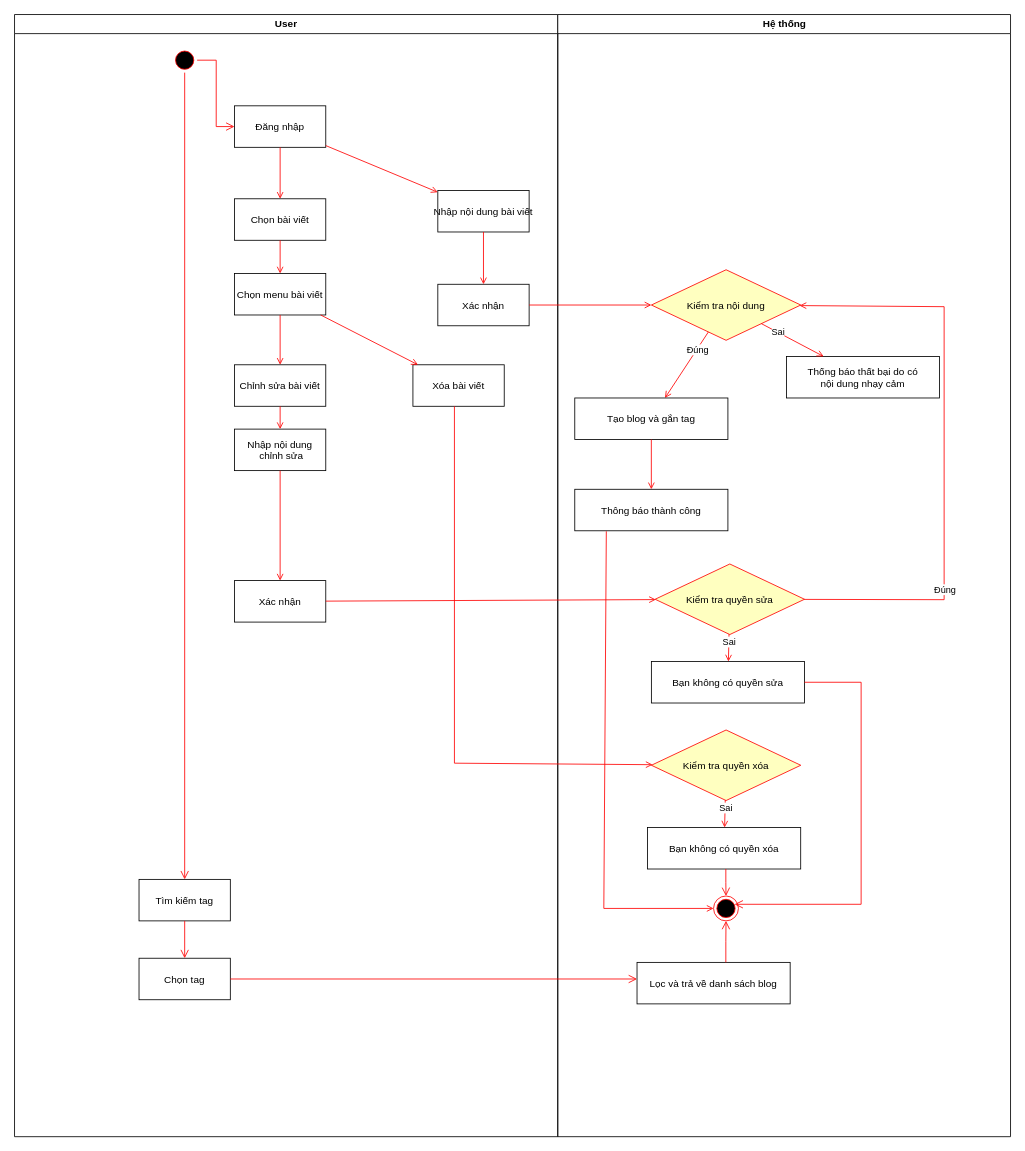
The draw.io diagram BlogProject/BlogProject/QuanLyBlogActivity.drawio in TranThanhHoang123/Blog, before the edit. Source tidied: cells renumbered, new cells numbered last; positions are measured from the earlier drawing's top-left corner, leaving out a move shared by most shapes. Both pictures are drawn from the tidied source at 83%, with x=0, y=0 at pixel (14, 14).
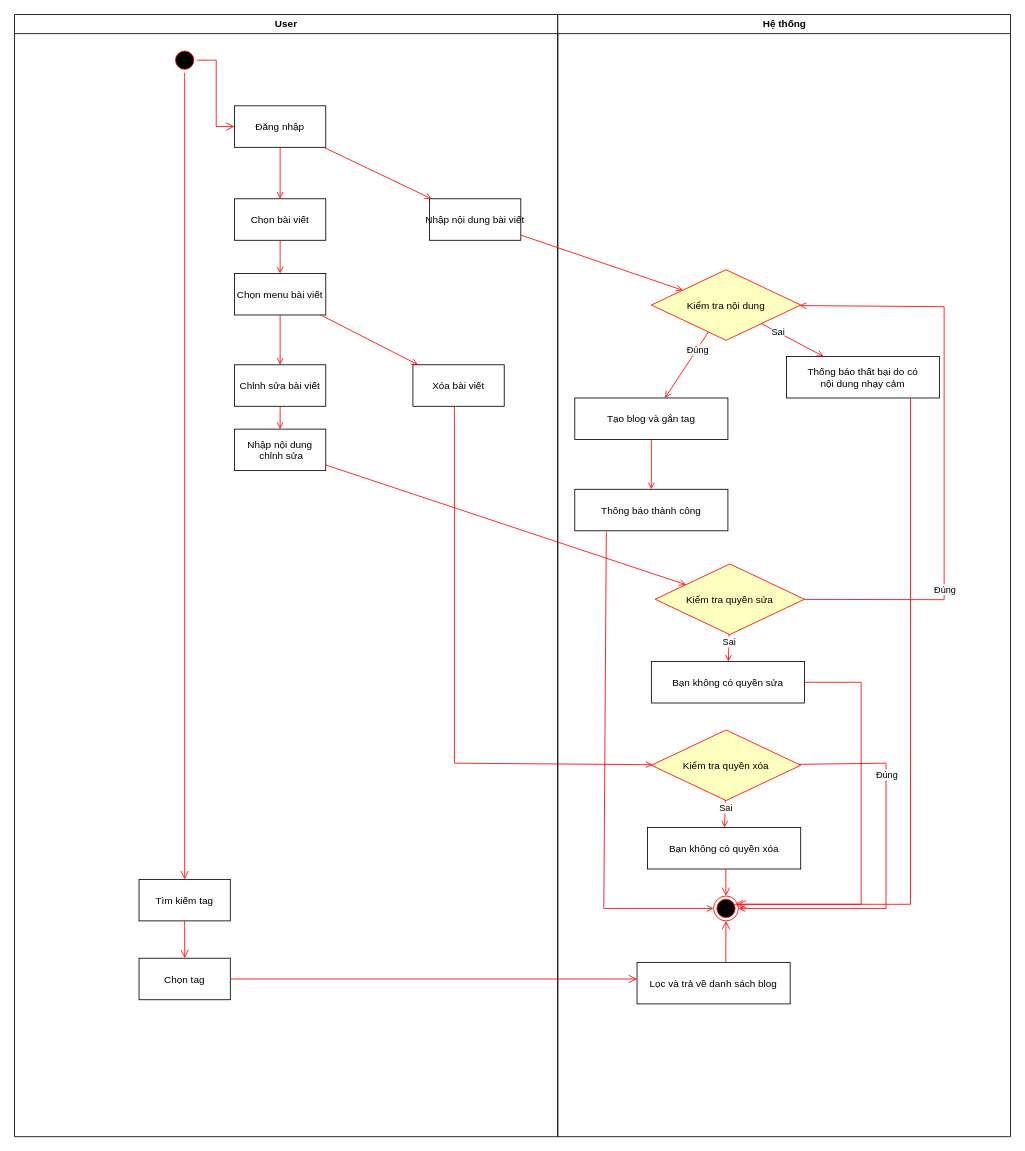
The same page after the edit.

Unchanged cells that the change refers to:
```xml
<mxCell id="2" value="User" style="swimlane;whiteSpace=wrap;" parent="1" vertex="1">
  <mxGeometry width="654.5" height="1352" as="geometry" />
</mxCell>
<mxCell id="22" value="Nhập nội dung&#10; chỉnh sửa" parent="2" vertex="1">
  <mxGeometry x="265" y="499.5" width="110" height="50" as="geometry" />
</mxCell>
<mxCell id="26" value="Hệ thống" style="swimlane;whiteSpace=wrap;" parent="1" vertex="1">
  <mxGeometry x="654.5" width="545.5" height="1352" as="geometry" />
</mxCell>
<mxCell id="27" value="Kiểm tra nội dung" style="rhombus;fillColor=#ffffc0;strokeColor=#ff0000;" parent="26" vertex="1">
  <mxGeometry x="112.8" y="307.5" width="180" height="85" as="geometry" />
</mxCell>
<mxCell id="28" style="ellipse;shape=endState;fillColor=#000000;strokeColor=#ff0000;" parent="26" vertex="1">
  <mxGeometry x="187.7" y="1062" width="30" height="30" as="geometry" />
</mxCell>
<mxCell id="30" value="Kiểm tra quyền sửa" style="rhombus;fillColor=#ffffc0;strokeColor=#ff0000;" parent="26" vertex="1">
  <mxGeometry x="117.3" y="662" width="180" height="85" as="geometry" />
</mxCell>
<mxCell id="35" value="Thống báo thất bại do có &#10;nội dung nhạy cảm" parent="26" vertex="1">
  <mxGeometry x="275.5" y="412" width="184.5" height="50" as="geometry" />
</mxCell>
<mxCell id="42" value="Kiểm tra quyền xóa" style="rhombus;fillColor=#ffffc0;strokeColor=#ff0000;" parent="26" vertex="1">
  <mxGeometry x="112.8" y="862" width="180" height="85" as="geometry" />
</mxCell>
```

What changed in the source:
```diff
@@
     <mxCell id="6" value="Nhập nội dung bài viết" parent="2" vertex="1">
-      <mxGeometry x="510" y="212" width="110" height="50" as="geometry" />
+      <mxGeometry x="500" y="222" width="110" height="50" as="geometry" />
     </mxCell>
@@
-    <mxCell id="8" value="Xác nhận" parent="2" vertex="1">
-      <mxGeometry x="510" y="325" width="110" height="50" as="geometry" />
-    </mxCell>
-    <mxCell id="9" style="endArrow=open;strokeColor=#FF0000;endFill=1;rounded=0;" parent="2" edge="1" source="6" target="8">
-      <mxGeometry relative="1" as="geometry" />
-    </mxCell>
@@
-    <mxCell id="23" value="Xác nhận" parent="2" vertex="1">
-      <mxGeometry x="265" y="682" width="110" height="50" as="geometry" />
-    </mxCell>
@@
-    <mxCell id="25" style="endArrow=open;strokeColor=#FF0000;endFill=1;rounded=0;" parent="2" edge="1" source="22" target="23">
-      <mxGeometry relative="1" as="geometry" />
-    </mxCell>
@@
-    <mxCell id="51" style="endArrow=open;strokeColor=#FF0000;endFill=1;rounded=0;" parent="1" edge="1" source="8" target="27">
-      <mxGeometry relative="1" as="geometry" />
-    </mxCell>
-    <mxCell id="52" style="endArrow=open;strokeColor=#FF0000;endFill=1;rounded=0;" parent="1" edge="1" source="23" target="30">
-      <mxGeometry relative="1" as="geometry" />
-    </mxCell>
+    <mxCell id="56" style="edgeStyle=elbowEdgeStyle;elbow=horizontal;verticalAlign=bottom;endArrow=open;endSize=8;strokeColor=#FF0000;endFill=1;rounded=0;" parent="26" edge="1" source="35" target="28">
+      <mxGeometry x="-924.5" y="-344" as="geometry">
+        <Array as="points">
+          <mxPoint x="425" y="1072" />
+        </Array>
+      </mxGeometry>
+    </mxCell>
+    <mxCell id="57" style="endArrow=open;strokeColor=#FF0000;endFill=1;rounded=0;" parent="26" edge="1" source="42" target="28">
+      <mxGeometry relative="1" as="geometry">
+        <Array as="points">
+          <mxPoint x="395.5" y="902" />
+          <mxPoint x="395.5" y="1077" />
+        </Array>
+      </mxGeometry>
+    </mxCell>
+    <mxCell id="58" value="Đúng" style="edgeLabel;html=1;align=center;verticalAlign=middle;" parent="57" vertex="1">
+      <mxGeometry x="-0.48" relative="1" as="geometry" />
+    </mxCell>
@@
+    <mxCell id="9" style="endArrow=open;strokeColor=#FF0000;endFill=1;rounded=0;" parent="1" edge="1" source="6" target="27">
+      <mxGeometry relative="1" as="geometry" />
+    </mxCell>
+    <mxCell id="25" style="endArrow=open;strokeColor=#FF0000;endFill=1;rounded=0;" parent="1" edge="1" source="22" target="30">
+      <mxGeometry relative="1" as="geometry" />
+    </mxCell>
```
